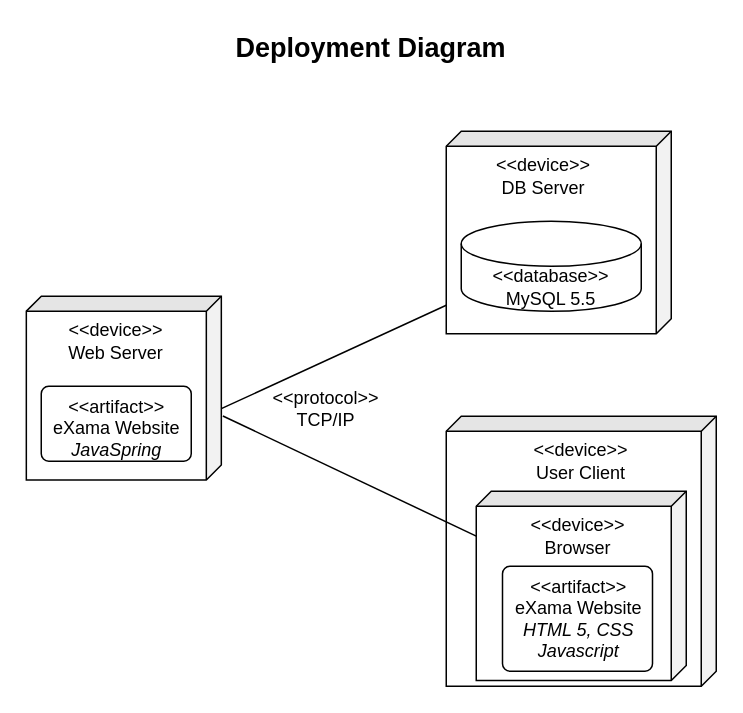
Before: diagrams/Deployment Diagram.drawio in die-drei-fragezeichen/eXama, a draw.io diagram. Source tidied: cells renumbered, new cells numbered last; positions are measured from the earlier drawing's top-left corner, leaving out a move shared by most shapes. Both pictures are drawn from the tidied source at 150%, with x=0, y=0 at pixel (32, 26).
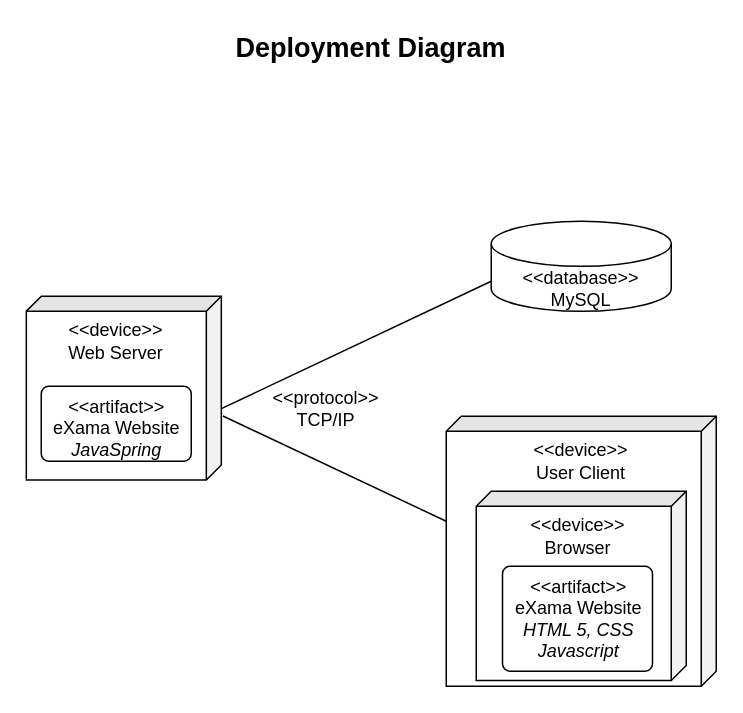
Above is the later version.

What changed in the source:
```diff
@@
 <mxGraphModel>
   <root>
     <mxCell id="0" />
     <mxCell id="1" parent="0" />
-    <mxCell id="2" style="shape=cube;whiteSpace=wrap;html=1;boundedLbl=1;backgroundOutline=1;darkOpacity=0.05;darkOpacity2=0.1;fontSize=18;size=10;rotation=90;" parent="1" vertex="1">
-      <mxGeometry x="283.5" y="62.5" width="135" height="150" as="geometry" />
-    </mxCell>
     <mxCell id="3" value="Deployment Diagram" style="text;align=center;fontStyle=1;verticalAlign=middle;spacingLeft=3;spacingRight=3;strokeColor=none;fontSize=18;" parent="1" vertex="1">
       <mxGeometry x="186" width="80" height="26" as="geometry" />
     </mxCell>
     <mxCell id="4" style="rounded=0;jettySize=auto;html=1;fontSize=18;startArrow=none;startFill=0;endArrow=none;endFill=0;exitX=0;exitY=0;exitDx=75;exitDy=0;exitPerimeter=0;" parent="1" edge="1" source="8">
       <mxGeometry relative="1" as="geometry">
-        <mxPoint x="276" y="186" as="targetPoint" />
+        <mxPoint x="306" y="170" as="targetPoint" />
       </mxGeometry>
     </mxCell>
     <mxCell id="5" style="shape=cylinder3;whiteSpace=wrap;html=1;boundedLbl=1;backgroundOutline=1;size=15;fontSize=18;" parent="1" vertex="1">
-      <mxGeometry x="286" y="130" width="120" height="60" as="geometry" />
+      <mxGeometry x="306" y="130" width="120" height="60" as="geometry" />
     </mxCell>
-    <mxCell id="6" value="&amp;lt;&amp;lt;database&amp;gt;&amp;gt;&lt;br style=&quot;font-size: 12px;&quot;&gt;MySQL 5.5" style="text;html=1;strokeColor=none;fillColor=none;align=center;verticalAlign=middle;whiteSpace=wrap;rounded=0;fontSize=12;" parent="1" vertex="1">
-      <mxGeometry x="301" y="164" width="90" height="20" as="geometry" />
+    <mxCell id="6" value="&amp;lt;&amp;lt;database&amp;gt;&amp;gt;&lt;br style=&quot;font-size: 12px&quot;&gt;MySQL" style="text;html=1;strokeColor=none;fillColor=none;align=center;verticalAlign=middle;whiteSpace=wrap;rounded=0;fontSize=12;" parent="1" vertex="1">
+      <mxGeometry x="321" y="165" width="90" height="20" as="geometry" />
     </mxCell>
     <mxCell id="7" value="&amp;lt;&amp;lt;protocol&amp;gt;&amp;gt;&lt;br style=&quot;font-size: 12px;&quot;&gt;TCP/IP" style="text;html=1;strokeColor=none;fillColor=none;align=center;verticalAlign=middle;whiteSpace=wrap;rounded=0;fontSize=12;" parent="1" vertex="1">
       <mxGeometry x="176" y="245" width="40" height="20" as="geometry" />
     </mxCell>
     <mxCell id="8" style="shape=cube;whiteSpace=wrap;html=1;boundedLbl=1;backgroundOutline=1;darkOpacity=0.05;darkOpacity2=0.1;fontSize=18;size=10;rotation=90;" parent="1" vertex="1">
       <mxGeometry x="-0.2" y="176.2" width="122.5" height="130" as="geometry" />
     </mxCell>
     <mxCell id="9" value="&amp;lt;&amp;lt;device&amp;gt;&amp;gt;&lt;br style=&quot;font-size: 12px;&quot;&gt;Web Server" style="text;html=1;strokeColor=none;fillColor=none;align=center;verticalAlign=middle;whiteSpace=wrap;rounded=0;fontSize=12;" parent="1" vertex="1">
       <mxGeometry x="1" y="190" width="110" height="40" as="geometry" />
     </mxCell>
     <mxCell id="10" value="&amp;lt;&amp;lt;artifact&amp;gt;&amp;gt;&lt;br style=&quot;font-size: 12px&quot;&gt;eXama Website&lt;br&gt;&lt;i&gt;JavaSpring&lt;/i&gt;" style="html=1;align=center;verticalAlign=top;rounded=1;absoluteArcSize=1;arcSize=10;dashed=0;fontSize=12;" parent="1" vertex="1">
       <mxGeometry x="6" y="240" width="100" height="50" as="geometry" />
     </mxCell>
-    <mxCell id="11" value="&amp;lt;&amp;lt;device&amp;gt;&amp;gt;&lt;br style=&quot;font-size: 12px&quot;&gt;DB Server" style="text;html=1;strokeColor=none;fillColor=none;align=center;verticalAlign=middle;whiteSpace=wrap;rounded=0;fontSize=12;" parent="1" vertex="1">
-      <mxGeometry x="286" y="80" width="110" height="40" as="geometry" />
-    </mxCell>
     <mxCell id="12" style="shape=cube;whiteSpace=wrap;html=1;boundedLbl=1;backgroundOutline=1;darkOpacity=0.05;darkOpacity2=0.1;fontSize=18;size=10;rotation=90;" parent="1" vertex="1">
       <mxGeometry x="276" y="260" width="180" height="180" as="geometry" />
     </mxCell>
     <mxCell id="13" value="&amp;lt;&amp;lt;device&amp;gt;&amp;gt;&lt;br style=&quot;font-size: 12px&quot;&gt;User Client" style="text;html=1;strokeColor=none;fillColor=none;align=center;verticalAlign=middle;whiteSpace=wrap;rounded=0;fontSize=12;" parent="1" vertex="1">
       <mxGeometry x="311" y="270" width="110" height="40" as="geometry" />
     </mxCell>
     <mxCell id="14" style="shape=cube;whiteSpace=wrap;html=1;boundedLbl=1;backgroundOutline=1;darkOpacity=0.05;darkOpacity2=0.1;fontSize=18;size=10;rotation=90;" parent="1" vertex="1">
       <mxGeometry x="302.9" y="303.1" width="126.2" height="140" as="geometry" />
     </mxCell>
     <mxCell id="15" value="&amp;lt;&amp;lt;device&amp;gt;&amp;gt;&lt;br style=&quot;font-size: 12px&quot;&gt;Browser" style="text;html=1;strokeColor=none;fillColor=none;align=center;verticalAlign=middle;whiteSpace=wrap;rounded=0;fontSize=12;" parent="1" vertex="1">
       <mxGeometry x="308.5" y="320" width="110" height="40" as="geometry" />
     </mxCell>
     <mxCell id="16" value="&amp;lt;&amp;lt;artifact&amp;gt;&amp;gt;&lt;br&gt;eXama Website&lt;br style=&quot;font-size: 12px&quot;&gt;&lt;i&gt;HTML 5, CSS&lt;br&gt;Javascript&lt;/i&gt;" style="html=1;align=center;verticalAlign=top;rounded=1;absoluteArcSize=1;arcSize=10;dashed=0;fontSize=12;" parent="1" vertex="1">
       <mxGeometry x="313.5" y="360" width="100" height="70" as="geometry" />
     </mxCell>
-    <mxCell id="17" style="rounded=0;jettySize=auto;html=1;fontSize=18;startArrow=none;startFill=0;endArrow=none;endFill=0;exitX=0.652;exitY=-0.008;exitDx=0;exitDy=0;exitPerimeter=0;" parent="1" edge="1" source="8" target="14">
-      <mxGeometry relative="1" as="geometry" />
+    <mxCell id="17" style="rounded=0;jettySize=auto;html=1;fontSize=18;startArrow=none;startFill=0;endArrow=none;endFill=0;exitX=0.652;exitY=-0.008;exitDx=0;exitDy=0;exitPerimeter=0;" parent="1" edge="1" source="8">
+      <mxGeometry relative="1" as="geometry">
+        <mxPoint x="276" y="330" as="targetPoint" />
+      </mxGeometry>
     </mxCell>
   </root>
 </mxGraphModel>
```
